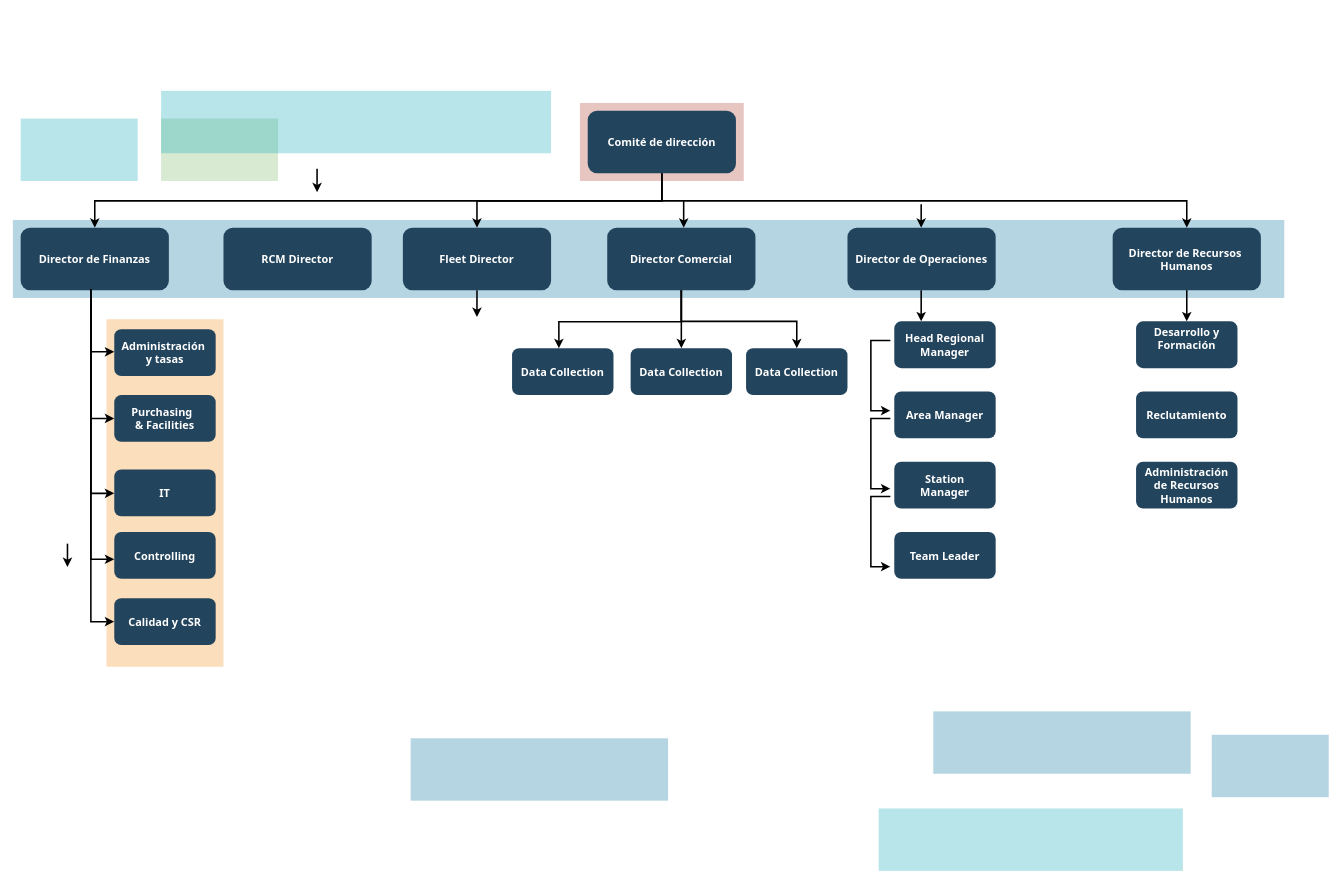
Above: Organigrama1.drawio in FcoJavierFdez/PFM_SGE (draw.io), before the change. Source tidied: cells renumbered, new cells numbered last; positions are measured from the earlier drawing's top-left corner, leaving out a move shared by most shapes. Both pictures are drawn from the tidied source at 78%, with x=0, y=0 at pixel (12, 90).
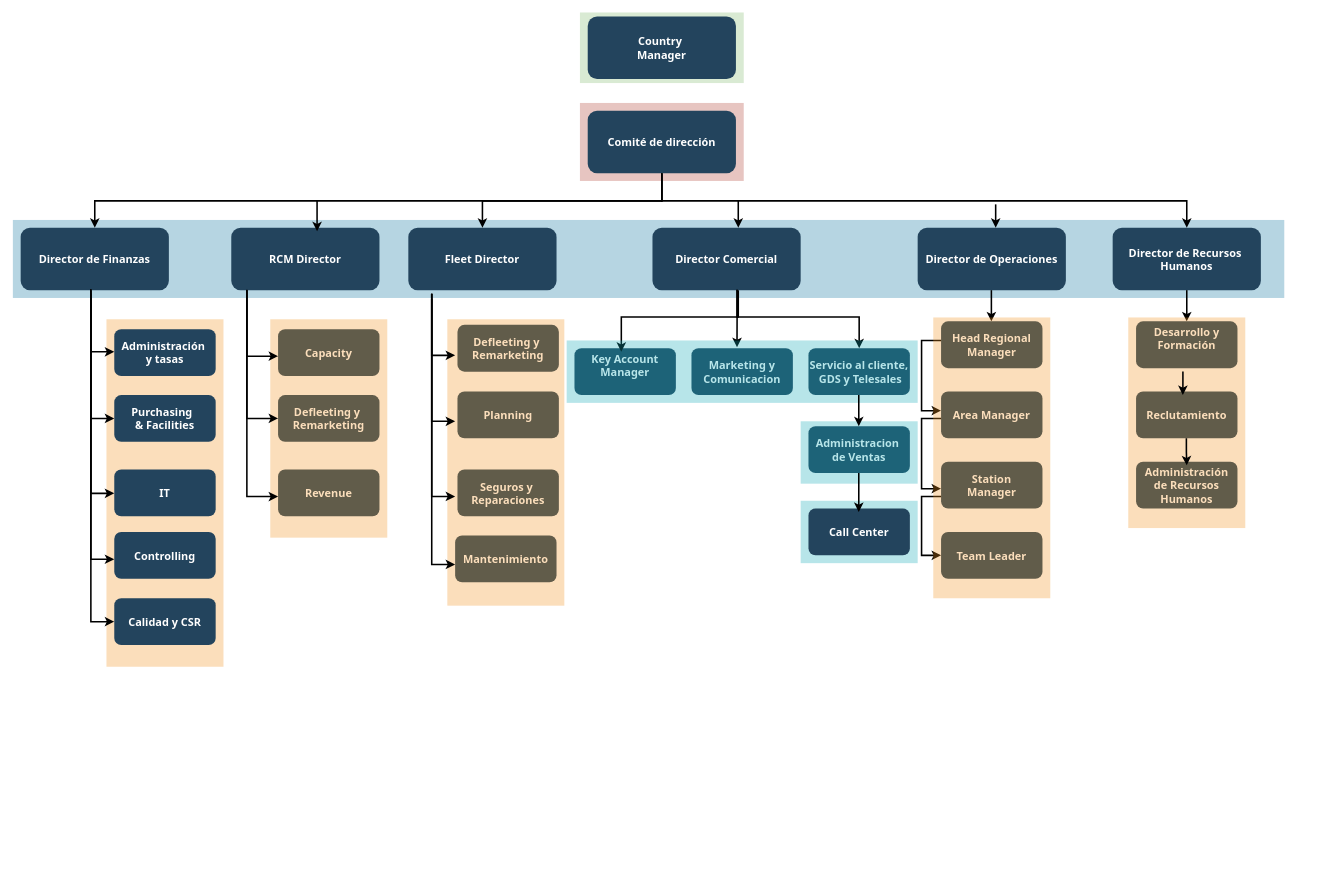
The same page after the edit.

Commit message (it also covers changes not shown here):
Subir organigrama Europcar IB, SA

What changed in the source:
```diff
@@
-    <mxCell id="5" style="fillColor=#10739E;strokeColor=none;opacity=30;" parent="1" vertex="1">
-      <mxGeometry x="1537" y="825.5" width="150" height="80" as="geometry" />
-    </mxCell>
-    <mxCell id="6" style="fillColor=#10739E;strokeColor=none;opacity=30;" parent="1" vertex="1">
-      <mxGeometry x="1180" y="795.5" width="330" height="80" as="geometry" />
-    </mxCell>
-    <mxCell id="7" style="fillColor=#10739E;strokeColor=none;opacity=30;" parent="1" vertex="1">
-      <mxGeometry x="510" y="830" width="330" height="80" as="geometry" />
-    </mxCell>
     <mxCell id="8" style="fillColor=#D9EAD3;strokeColor=none;" parent="1" vertex="1">
-      <mxGeometry x="190" y="35.5" width="150" height="80" as="geometry" />
+      <mxGeometry x="727" y="-100.5" width="210" height="90.5" as="geometry" />
     </mxCell>
     <mxCell id="9" style="fillColor=#12AAB5;strokeColor=none;opacity=30;" parent="1" vertex="1">
-      <mxGeometry x="1110" y="920" width="390" height="80" as="geometry" />
+      <mxGeometry x="1010" y="525.5" width="150" height="80" as="geometry" />
     </mxCell>
-    <mxCell id="10" style="fillColor=#12AAB5;strokeColor=none;opacity=30;" parent="1" vertex="1">
-      <mxGeometry x="190" width="500" height="80" as="geometry" />
-    </mxCell>
-    <mxCell id="11" style="fillColor=#12AAB5;strokeColor=none;opacity=30;" parent="1" vertex="1">
-      <mxGeometry x="10" y="35.5" width="150" height="80" as="geometry" />
-    </mxCell>
@@
     <mxCell id="15" value="Director Comercial" style="rounded=1;fillColor=#23445D;gradientColor=none;strokeColor=none;fontColor=#FFFFFF;fontStyle=1;fontFamily=Tahoma;fontSize=14;" parent="1" vertex="1">
-      <mxGeometry x="762" y="175.5" width="190" height="80" as="geometry" />
+      <mxGeometry x="820" y="175.5" width="190" height="80" as="geometry" />
     </mxCell>
     <mxCell id="16" value="Fleet Director" style="rounded=1;fillColor=#23445D;gradientColor=none;strokeColor=none;fontColor=#FFFFFF;fontStyle=1;fontFamily=Tahoma;fontSize=14;" parent="1" vertex="1">
-      <mxGeometry x="500" y="175.5" width="190" height="80" as="geometry" />
+      <mxGeometry x="507" y="175.5" width="190" height="80" as="geometry" />
     </mxCell>
@@
-    <mxCell id="23" value="Data Collection" style="rounded=1;fillColor=#23445D;gradientColor=none;strokeColor=none;fontColor=#FFFFFF;fontStyle=1;fontFamily=Tahoma;fontSize=14;" parent="1" vertex="1">
-      <mxGeometry x="792" y="330" width="130" height="60" as="geometry" />
+    <mxCell id="23" value="Marketing y &#10;Comunicacion" style="rounded=1;fillColor=#23445D;gradientColor=none;strokeColor=none;fontColor=#FFFFFF;fontStyle=1;fontFamily=Tahoma;fontSize=14;" parent="1" vertex="1">
+      <mxGeometry x="870" y="330" width="130" height="60" as="geometry" />
     </mxCell>
-    <mxCell id="24" value="Data Collection" style="rounded=1;fillColor=#23445D;gradientColor=none;strokeColor=none;fontColor=#FFFFFF;fontStyle=1;fontFamily=Tahoma;fontSize=14;" parent="1" vertex="1">
-      <mxGeometry x="640" y="330" width="130" height="60" as="geometry" />
+    <mxCell id="24" value="Key Account &#10;Manager&#10;" style="rounded=1;fillColor=#23445D;gradientColor=none;strokeColor=none;fontColor=#FFFFFF;fontStyle=1;fontFamily=Tahoma;fontSize=14;" parent="1" vertex="1">
+      <mxGeometry x="720" y="330" width="130" height="60" as="geometry" />
     </mxCell>
     <mxCell id="25" value="&#10;Head Regional&#10;Manager&#10;" style="rounded=1;fillColor=#23445D;gradientColor=none;strokeColor=none;fontColor=#FFFFFF;fontStyle=1;fontFamily=Tahoma;fontSize=14;" parent="1" vertex="1">
-      <mxGeometry x="1130" y="295.5" width="130" height="60" as="geometry" />
+      <mxGeometry x="1190" y="295.5" width="130" height="60" as="geometry" />
     </mxCell>
     <mxCell id="26" value="&#10;Area Manager&#10;" style="rounded=1;fillColor=#23445D;gradientColor=none;strokeColor=none;fontColor=#FFFFFF;fontStyle=1;fontFamily=Tahoma;fontSize=14;" parent="1" vertex="1">
-      <mxGeometry x="1130" y="385.5" width="130" height="60" as="geometry" />
+      <mxGeometry x="1190" y="385.5" width="130" height="60" as="geometry" />
     </mxCell>
     <mxCell id="27" value="&#10;Station&#10;Manager&#10;" style="rounded=1;fillColor=#23445D;gradientColor=none;strokeColor=none;fontColor=#FFFFFF;fontStyle=1;fontFamily=Tahoma;fontSize=14;" parent="1" vertex="1">
-      <mxGeometry x="1130" y="475.5" width="130" height="60" as="geometry" />
+      <mxGeometry x="1190" y="475.5" width="130" height="60" as="geometry" />
     </mxCell>
     <mxCell id="28" value="&#10;Team Leader&#10;" style="rounded=1;fillColor=#23445D;gradientColor=none;strokeColor=none;fontColor=#FFFFFF;fontStyle=1;fontFamily=Tahoma;fontSize=14;" parent="1" vertex="1">
-      <mxGeometry x="1130" y="565.5" width="130" height="60" as="geometry" />
+      <mxGeometry x="1190" y="565.5" width="130" height="60" as="geometry" />
     </mxCell>
@@
-    <mxCell id="38" style="edgeStyle=elbowEdgeStyle;elbow=vertical;strokeWidth=2;rounded=0;" parent="1" edge="1" source="16">
-      <mxGeometry x="-23" y="135.5" as="geometry">
-        <mxPoint x="595" y="290" as="targetPoint" />
-      </mxGeometry>
-    </mxCell>
@@
-    <mxCell id="40" style="edgeStyle=elbowEdgeStyle;elbow=vertical;rounded=0;strokeWidth=2;" parent="1" edge="1">
-      <mxGeometry x="-23" y="135.5" as="geometry">
-        <mxPoint x="70" y="580.5" as="sourcePoint" />
-        <mxPoint x="70" y="610.5" as="targetPoint" />
-      </mxGeometry>
-    </mxCell>
     <mxCell id="41" value="RCM Director" style="rounded=1;fillColor=#23445D;gradientColor=none;strokeColor=none;fontColor=#FFFFFF;fontStyle=1;fontFamily=Tahoma;fontSize=14;" parent="1" vertex="1">
-      <mxGeometry x="270" y="175.5" width="190" height="80" as="geometry" />
+      <mxGeometry x="280" y="175.5" width="190" height="80" as="geometry" />
     </mxCell>
     <mxCell id="42" value="Director de Operaciones" style="rounded=1;fillColor=#23445D;gradientColor=none;strokeColor=none;fontColor=#FFFFFF;fontStyle=1;fontFamily=Tahoma;fontSize=14;" parent="1" vertex="1">
-      <mxGeometry x="1070" y="175.5" width="190" height="80" as="geometry" />
+      <mxGeometry x="1160" y="175.5" width="190" height="80" as="geometry" />
     </mxCell>
     <mxCell id="43" style="edgeStyle=elbowEdgeStyle;elbow=vertical;strokeWidth=2;rounded=0;" parent="1" edge="1">
       <mxGeometry x="-23" y="135.5" as="geometry">
-        <mxPoint x="1164.5" y="255.5" as="sourcePoint" />
-        <mxPoint x="1164.5" y="295.5" as="targetPoint" />
+        <mxPoint x="1254.5" y="255.5" as="sourcePoint" />
+        <mxPoint x="1254.5" y="295.5" as="targetPoint" />
         <Array as="points">
-          <mxPoint x="1302.5" y="269.5" />
+          <mxPoint x="1392.5" y="269.5" />
         </Array>
       </mxGeometry>
     </mxCell>
     <mxCell id="44" style="edgeStyle=elbowEdgeStyle;elbow=horizontal;strokeWidth=2;rounded=0;" parent="1" edge="1">
       <mxGeometry x="-23" y="135.5" as="geometry">
-        <mxPoint x="1125" y="320" as="sourcePoint" />
-        <mxPoint x="1125" y="410" as="targetPoint" />
+        <mxPoint x="1190" y="320" as="sourcePoint" />
+        <mxPoint x="1190" y="410" as="targetPoint" />
         <Array as="points">
-          <mxPoint x="1100" y="369.5" />
+          <mxPoint x="1165" y="369.5" />
         </Array>
       </mxGeometry>
     </mxCell>
     <mxCell id="45" style="edgeStyle=elbowEdgeStyle;elbow=horizontal;strokeWidth=2;rounded=0;" parent="1" edge="1">
       <mxGeometry x="-23" y="135.5" as="geometry">
-        <mxPoint x="1125" y="420" as="sourcePoint" />
-        <mxPoint x="1125" y="510" as="targetPoint" />
+        <mxPoint x="1190" y="420" as="sourcePoint" />
+        <mxPoint x="1190" y="510" as="targetPoint" />
         <Array as="points">
-          <mxPoint x="1100" y="469.5" />
+          <mxPoint x="1165" y="469.5" />
         </Array>
       </mxGeometry>
     </mxCell>
-    <mxCell id="46" style="edgeStyle=elbowEdgeStyle;elbow=horizontal;strokeWidth=2;rounded=0;" parent="1" edge="1">
+    <mxCell id="46" style="edgeStyle=elbowEdgeStyle;elbow=horizontal;strokeWidth=2;rounded=0;entryX=0;entryY=0.5;entryDx=0;entryDy=0;" parent="1" edge="1" target="28">
       <mxGeometry x="-23" y="135.5" as="geometry">
-        <mxPoint x="1125" y="520" as="sourcePoint" />
-        <mxPoint x="1125" y="610" as="targetPoint" />
+        <mxPoint x="1190" y="520" as="sourcePoint" />
         <Array as="points">
-          <mxPoint x="1100" y="569.5" />
+          <mxPoint x="1165" y="569.5" />
         </Array>
       </mxGeometry>
     </mxCell>
     <mxCell id="47" style="edgeStyle=elbowEdgeStyle;elbow=vertical;rounded=0;strokeWidth=2;" parent="1" edge="1">
       <mxGeometry x="-23" y="135.5" as="geometry">
-        <mxPoint x="390" y="100" as="sourcePoint" />
-        <mxPoint x="390" y="130" as="targetPoint" />
+        <mxPoint x="390" y="140" as="sourcePoint" />
+        <mxPoint x="390" y="180" as="targetPoint" />
       </mxGeometry>
     </mxCell>
     <mxCell id="48" style="edgeStyle=elbowEdgeStyle;elbow=vertical;rounded=0;strokeWidth=2;" parent="1" edge="1">
       <mxGeometry x="-23" y="135.5" as="geometry">
-        <mxPoint x="1164.5" y="145.5" as="sourcePoint" />
-        <mxPoint x="1164.5" y="175.5" as="targetPoint" />
+        <mxPoint x="1260" y="145.5" as="sourcePoint" />
+        <mxPoint x="1260" y="175.5" as="targetPoint" />
       </mxGeometry>
     </mxCell>
@@
-    <mxCell id="50" style="edgeStyle=elbowEdgeStyle;elbow=vertical;strokeWidth=2;rounded=0;" parent="1" edge="1">
+    <mxCell id="50" style="edgeStyle=elbowEdgeStyle;elbow=vertical;strokeWidth=2;rounded=0;entryX=0.579;entryY=0;entryDx=0;entryDy=0;entryPerimeter=0;" parent="1" edge="1" target="15">
       <mxGeometry x="-23" y="135.5" as="geometry">
-        <mxPoint x="860" y="141.5" as="sourcePoint" />
-        <mxPoint x="860" y="175.5" as="targetPoint" />
+        <mxPoint x="930" y="140" as="sourcePoint" />
       </mxGeometry>
     </mxCell>
-    <mxCell id="51" style="edgeStyle=elbowEdgeStyle;elbow=vertical;strokeWidth=2;rounded=0;exitX=0.5;exitY=1;exitDx=0;exitDy=0;" parent="1" edge="1" source="15">
+    <mxCell id="51" style="edgeStyle=elbowEdgeStyle;elbow=vertical;strokeWidth=2;rounded=0;entryX=0.462;entryY=0.075;entryDx=0;entryDy=0;entryPerimeter=0;" parent="1" edge="1" source="15" target="24">
       <mxGeometry x="-23" y="135.5" as="geometry">
-        <mxPoint x="700" y="330" as="targetPoint" />
         <Array as="points">
+          <mxPoint x="930" y="290" />
+          <mxPoint x="960" y="290" />
+          <mxPoint x="980" y="290" />
+          <mxPoint x="980" y="280" />
+          <mxPoint x="750" y="290" />
           <mxPoint x="560" y="296" />
         </Array>
       </mxGeometry>
     </mxCell>
-    <mxCell id="52" style="edgeStyle=elbowEdgeStyle;elbow=vertical;strokeWidth=2;rounded=0;exitX=0.5;exitY=1;exitDx=0;exitDy=0;" parent="1" edge="1">
-      <mxGeometry x="-23" y="135.5" as="geometry">
-        <mxPoint x="857" y="255.5" as="sourcePoint" />
-        <mxPoint x="857" y="330" as="targetPoint" />
-        <Array as="points">
-          <mxPoint x="560" y="295.5" />
-        </Array>
-      </mxGeometry>
-    </mxCell>
-    <mxCell id="53" style="edgeStyle=elbowEdgeStyle;elbow=vertical;strokeWidth=2;rounded=0;exitX=0.5;exitY=1;exitDx=0;exitDy=0;entryX=0.5;entryY=0;entryDx=0;entryDy=0;" parent="1" edge="1" target="54">
-      <mxGeometry x="-23" y="135.5" as="geometry">
-        <mxPoint x="857" y="255.5" as="sourcePoint" />
-        <Array as="points">
-          <mxPoint x="560" y="295.5" />
-        </Array>
-      </mxGeometry>
-    </mxCell>
-    <mxCell id="54" value="Data Collection" style="rounded=1;fillColor=#23445D;gradientColor=none;strokeColor=none;fontColor=#FFFFFF;fontStyle=1;fontFamily=Tahoma;fontSize=14;" parent="1" vertex="1">
-      <mxGeometry x="940" y="330" width="130" height="60" as="geometry" />
+    <mxCell id="54" value="Servicio al cliente,&#10; GDS y Telesales" style="rounded=1;fillColor=#23445D;gradientColor=none;strokeColor=none;fontColor=#FFFFFF;fontStyle=1;fontFamily=Tahoma;fontSize=14;" parent="1" vertex="1">
+      <mxGeometry x="1020" y="330" width="130" height="60" as="geometry" />
     </mxCell>
+    <mxCell id="55" style="edgeStyle=elbowEdgeStyle;elbow=vertical;strokeWidth=2;rounded=0;entryX=0.449;entryY=-0.023;entryDx=0;entryDy=0;entryPerimeter=0;exitX=0.571;exitY=0.994;exitDx=0;exitDy=0;exitPerimeter=0;" parent="1" edge="1" source="15" target="23">
+      <mxGeometry x="-23" y="135.5" as="geometry">
+        <Array as="points">
+          <mxPoint x="940" y="290" />
+          <mxPoint x="570" y="306" />
+        </Array>
+      </mxGeometry>
+    </mxCell>
+    <mxCell id="56" style="edgeStyle=elbowEdgeStyle;elbow=vertical;strokeWidth=2;rounded=0;exitX=0.571;exitY=0.994;exitDx=0;exitDy=0;exitPerimeter=0;entryX=0.5;entryY=0;entryDx=0;entryDy=0;" parent="1" edge="1" source="15" target="54">
+      <mxGeometry x="-23" y="135.5" as="geometry">
+        <Array as="points">
+          <mxPoint x="1020" y="290" />
+          <mxPoint x="580" y="316" />
+        </Array>
+      </mxGeometry>
+    </mxCell>
+    <mxCell id="57" value="Call Center" style="rounded=1;fillColor=#23445D;gradientColor=none;strokeColor=none;fontColor=#FFFFFF;fontStyle=1;fontFamily=Tahoma;fontSize=14;" parent="1" vertex="1">
+      <mxGeometry x="1020" y="535.5" width="130" height="60" as="geometry" />
+    </mxCell>
+    <mxCell id="58" value="Administracion &#10;de Ventas" style="rounded=1;fillColor=#23445D;gradientColor=none;strokeColor=none;fontColor=#FFFFFF;fontStyle=1;fontFamily=Tahoma;fontSize=14;" parent="1" vertex="1">
+      <mxGeometry x="1020" y="430" width="130" height="60" as="geometry" />
+    </mxCell>
+    <mxCell id="59" value="Mantenimiento" style="rounded=1;fillColor=#23445D;gradientColor=none;strokeColor=none;fontColor=#FFFFFF;fontStyle=1;fontFamily=Tahoma;fontSize=14;" parent="1" vertex="1">
+      <mxGeometry x="567" y="570" width="130" height="60" as="geometry" />
+    </mxCell>
+    <mxCell id="60" value="Seguros y &#10;Reparaciones" style="rounded=1;fillColor=#23445D;gradientColor=none;strokeColor=none;fontColor=#FFFFFF;fontStyle=1;fontFamily=Tahoma;fontSize=14;" parent="1" vertex="1">
+      <mxGeometry x="570" y="485.5" width="130" height="60" as="geometry" />
+    </mxCell>
+    <mxCell id="61" value="Planning" style="rounded=1;fillColor=#23445D;gradientColor=none;strokeColor=none;fontColor=#FFFFFF;fontStyle=1;fontFamily=Tahoma;fontSize=14;" parent="1" vertex="1">
+      <mxGeometry x="570" y="385.5" width="130" height="60" as="geometry" />
+    </mxCell>
+    <mxCell id="62" value="Defleeting y &#10;Remarketing" style="rounded=1;fillColor=#23445D;gradientColor=none;strokeColor=none;fontColor=#FFFFFF;fontStyle=1;fontFamily=Tahoma;fontSize=14;" parent="1" vertex="1">
+      <mxGeometry x="570" y="300" width="130" height="60" as="geometry" />
+    </mxCell>
+    <mxCell id="63" value="Capacity" style="rounded=1;fillColor=#23445D;gradientColor=none;strokeColor=none;fontColor=#FFFFFF;fontStyle=1;fontFamily=Tahoma;fontSize=14;" parent="1" vertex="1">
+      <mxGeometry x="340" y="305.5" width="130" height="60" as="geometry" />
+    </mxCell>
+    <mxCell id="64" value="Defleeting y &#10;Remarketing" style="rounded=1;fillColor=#23445D;gradientColor=none;strokeColor=none;fontColor=#FFFFFF;fontStyle=1;fontFamily=Tahoma;fontSize=14;" parent="1" vertex="1">
+      <mxGeometry x="340" y="390" width="130" height="60" as="geometry" />
+    </mxCell>
+    <mxCell id="65" value="Revenue" style="rounded=1;fillColor=#23445D;gradientColor=none;strokeColor=none;fontColor=#FFFFFF;fontStyle=1;fontFamily=Tahoma;fontSize=14;" parent="1" vertex="1">
+      <mxGeometry x="340" y="485.5" width="130" height="60" as="geometry" />
+    </mxCell>
+    <mxCell id="66" style="fillColor=#F2931E;strokeColor=none;opacity=30;" parent="1" vertex="1">
+      <mxGeometry x="557" y="292.8" width="150" height="367.2" as="geometry" />
+    </mxCell>
+    <mxCell id="67" style="fillColor=#F2931E;strokeColor=none;opacity=30;" parent="1" vertex="1">
+      <mxGeometry x="330" y="292.8" width="150" height="280" as="geometry" />
+    </mxCell>
+    <mxCell id="68" style="fillColor=#F2931E;strokeColor=none;opacity=30;" parent="1" vertex="1">
+      <mxGeometry x="1180" y="290.5" width="150" height="360" as="geometry" />
+    </mxCell>
+    <mxCell id="69" style="fillColor=#F2931E;strokeColor=none;opacity=30;" parent="1" vertex="1">
+      <mxGeometry x="1430" y="290.5" width="150" height="270" as="geometry" />
+    </mxCell>
+    <mxCell id="70" style="edgeStyle=orthogonalEdgeStyle;rounded=0;orthogonalLoop=1;jettySize=auto;html=1;exitX=0.5;exitY=1;exitDx=0;exitDy=0;" parent="1" edge="1" source="66" target="66">
+      <mxGeometry relative="1" as="geometry" />
+    </mxCell>
+    <mxCell id="71" style="edgeStyle=elbowEdgeStyle;elbow=horizontal;strokeWidth=2;rounded=0;" parent="1" edge="1">
+      <mxGeometry x="-23" y="135.5" as="geometry">
+        <mxPoint x="537" y="266.8" as="sourcePoint" />
+        <mxPoint x="567" y="607.2" as="targetPoint" />
+        <Array as="points">
+          <mxPoint x="537" y="466.2" />
+          <mxPoint x="557" y="326.2" />
+          <mxPoint x="619" y="381.8" />
+        </Array>
+      </mxGeometry>
+    </mxCell>
+    <mxCell id="72" style="edgeStyle=elbowEdgeStyle;elbow=horizontal;strokeWidth=2;rounded=0;" parent="1" edge="1">
+      <mxGeometry x="-23" y="135.5" as="geometry">
+        <mxPoint x="537" y="260" as="sourcePoint" />
+        <mxPoint x="567" y="520" as="targetPoint" />
+        <Array as="points">
+          <mxPoint x="537" y="494.5" />
+          <mxPoint x="537" y="379" />
+          <mxPoint x="557" y="239" />
+          <mxPoint x="619" y="294.5" />
+        </Array>
+      </mxGeometry>
+    </mxCell>
+    <mxCell id="73" style="fillColor=#12AAB5;strokeColor=none;opacity=30;" parent="1" vertex="1">
+      <mxGeometry x="1010" y="423.6" width="150" height="80" as="geometry" />
+    </mxCell>
+    <mxCell id="74" style="fillColor=#12AAB5;strokeColor=none;opacity=30;" parent="1" vertex="1">
+      <mxGeometry x="710" y="320" width="450" height="80" as="geometry" />
+    </mxCell>
+    <mxCell id="75" style="edgeStyle=elbowEdgeStyle;elbow=vertical;rounded=0;strokeWidth=2;" parent="1" edge="1">
+      <mxGeometry x="-23" y="135.5" as="geometry">
+        <mxPoint x="1084.5" y="390" as="sourcePoint" />
+        <mxPoint x="1084.5" y="430" as="targetPoint" />
+      </mxGeometry>
+    </mxCell>
+    <mxCell id="76" style="edgeStyle=elbowEdgeStyle;elbow=vertical;rounded=0;strokeWidth=2;entryX=0.496;entryY=0.075;entryDx=0;entryDy=0;entryPerimeter=0;" parent="1" edge="1" target="57">
+      <mxGeometry x="-23" y="135.5" as="geometry">
+        <mxPoint x="1084.5" y="490" as="sourcePoint" />
+      </mxGeometry>
+    </mxCell>
+    <mxCell id="77" style="edgeStyle=elbowEdgeStyle;elbow=horizontal;strokeWidth=2;rounded=0;" parent="1" edge="1">
+      <mxGeometry x="-23" y="135.5" as="geometry">
+        <mxPoint x="537" y="260" as="sourcePoint" />
+        <mxPoint x="567" y="423.6" as="targetPoint" />
+        <Array as="points">
+          <mxPoint x="537" y="282.6" />
+          <mxPoint x="557" y="142.6" />
+          <mxPoint x="619" y="198.1" />
+        </Array>
+      </mxGeometry>
+    </mxCell>
+    <mxCell id="78" style="edgeStyle=elbowEdgeStyle;elbow=horizontal;strokeWidth=2;rounded=0;" parent="1" edge="1">
+      <mxGeometry x="-23" y="135.5" as="geometry">
+        <mxPoint x="537" y="260" as="sourcePoint" />
+        <mxPoint x="567" y="339.1" as="targetPoint" />
+        <Array as="points">
+          <mxPoint x="537" y="198.1" />
+          <mxPoint x="557" y="58.1" />
+          <mxPoint x="619" y="113.6" />
+        </Array>
+      </mxGeometry>
+    </mxCell>
+    <mxCell id="79" style="edgeStyle=elbowEdgeStyle;elbow=horizontal;strokeWidth=2;rounded=0;entryX=0.067;entryY=0.169;entryDx=0;entryDy=0;entryPerimeter=0;" parent="1" edge="1" target="67">
+      <mxGeometry x="-23" y="135.5" as="geometry">
+        <mxPoint x="300" y="255" as="sourcePoint" />
+        <Array as="points">
+          <mxPoint x="300" y="454.5" />
+          <mxPoint x="320" y="314.5" />
+          <mxPoint x="382" y="370" />
+        </Array>
+      </mxGeometry>
+    </mxCell>
+    <mxCell id="80" style="edgeStyle=elbowEdgeStyle;elbow=horizontal;strokeWidth=2;rounded=0;entryX=0.067;entryY=0.812;entryDx=0;entryDy=0;entryPerimeter=0;" parent="1" edge="1" target="67">
+      <mxGeometry x="-23" y="135.5" as="geometry">
+        <mxPoint x="300" y="255.5" as="sourcePoint" />
+        <Array as="points">
+          <mxPoint x="300" y="455" />
+          <mxPoint x="320" y="315" />
+          <mxPoint x="382" y="370.5" />
+        </Array>
+      </mxGeometry>
+    </mxCell>
+    <mxCell id="81" style="edgeStyle=elbowEdgeStyle;elbow=horizontal;strokeWidth=2;rounded=0;entryX=0.067;entryY=0.454;entryDx=0;entryDy=0;entryPerimeter=0;" parent="1" edge="1" target="67">
+      <mxGeometry x="-23" y="135.5" as="geometry">
+        <mxPoint x="300" y="255.5" as="sourcePoint" />
+        <Array as="points">
+          <mxPoint x="300" y="455" />
+          <mxPoint x="320" y="315" />
+          <mxPoint x="382" y="370.5" />
+        </Array>
+      </mxGeometry>
+    </mxCell>
+    <mxCell id="82" style="edgeStyle=elbowEdgeStyle;elbow=vertical;rounded=0;strokeWidth=2;" parent="1" edge="1">
+      <mxGeometry x="-23" y="135.5" as="geometry">
+        <mxPoint x="1504.5" y="445.5" as="sourcePoint" />
+        <mxPoint x="1505" y="480" as="targetPoint" />
+      </mxGeometry>
+    </mxCell>
+    <mxCell id="83" style="edgeStyle=elbowEdgeStyle;elbow=vertical;rounded=0;strokeWidth=2;exitX=0.467;exitY=0.257;exitDx=0;exitDy=0;exitPerimeter=0;" parent="1" edge="1" source="69">
+      <mxGeometry x="-23" y="135.5" as="geometry">
+        <mxPoint x="1500" y="390" as="targetPoint" />
+        <Array as="points">
+          <mxPoint x="1500" y="370" />
+        </Array>
+      </mxGeometry>
+    </mxCell>
+    <mxCell id="84" value="Country &#10;Manager" style="rounded=1;fillColor=#23445D;gradientColor=none;strokeColor=none;fontColor=#FFFFFF;fontStyle=1;fontFamily=Tahoma;fontSize=14;" parent="1" vertex="1">
+      <mxGeometry x="737" y="-95.2" width="190" height="80" as="geometry" />
+    </mxCell>
```
